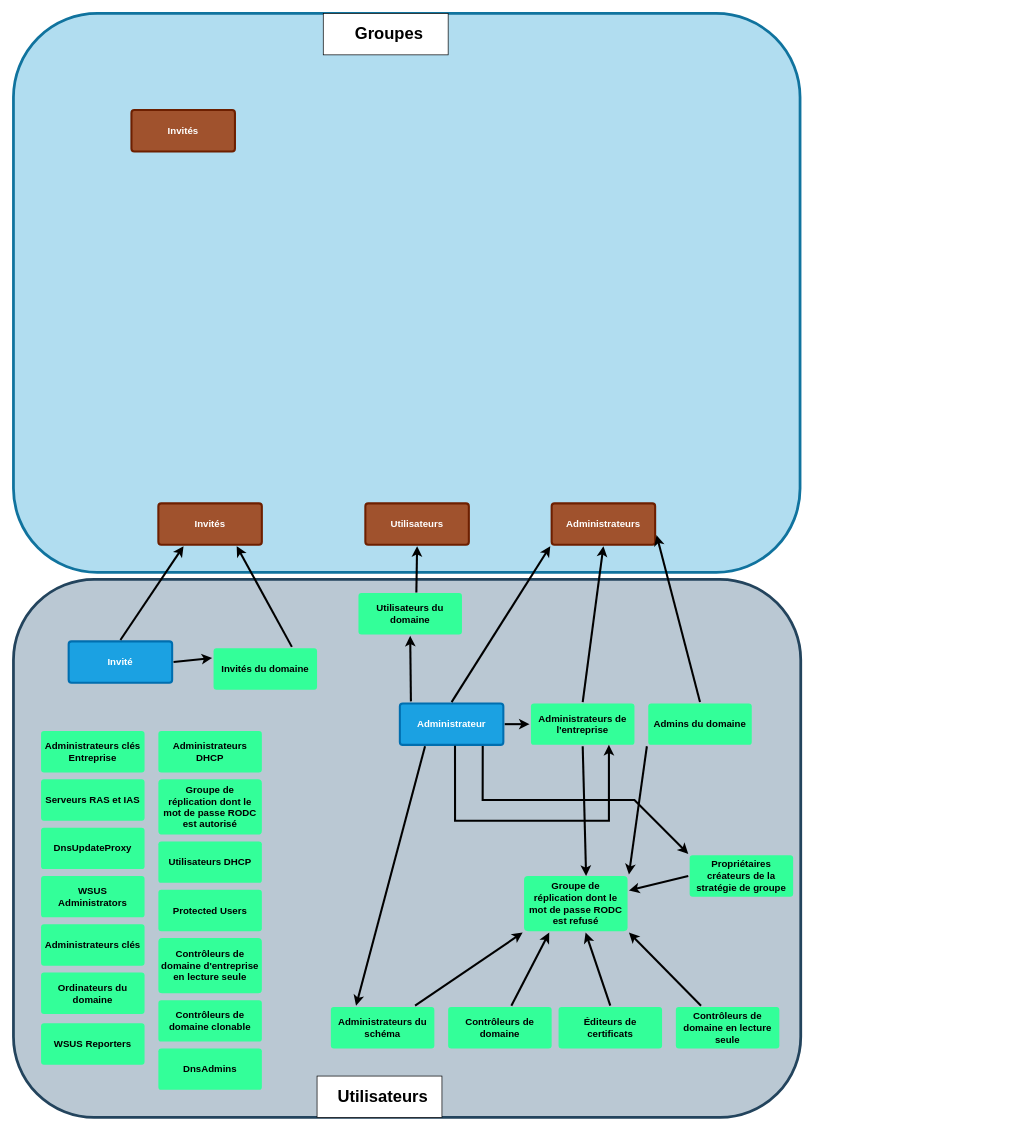
CharifMah/AbstergoAnimus keeps this draw.io diagram as Diagramme sans nom.drawio. Above is the earlier version. Source tidied: cells renumbered, new cells numbered last; positions are measured from the earlier drawing's top-left corner, leaving out a move shared by most shapes. Both pictures are drawn from the tidied source at 69%, with x=0, y=0 at pixel (13, 13).
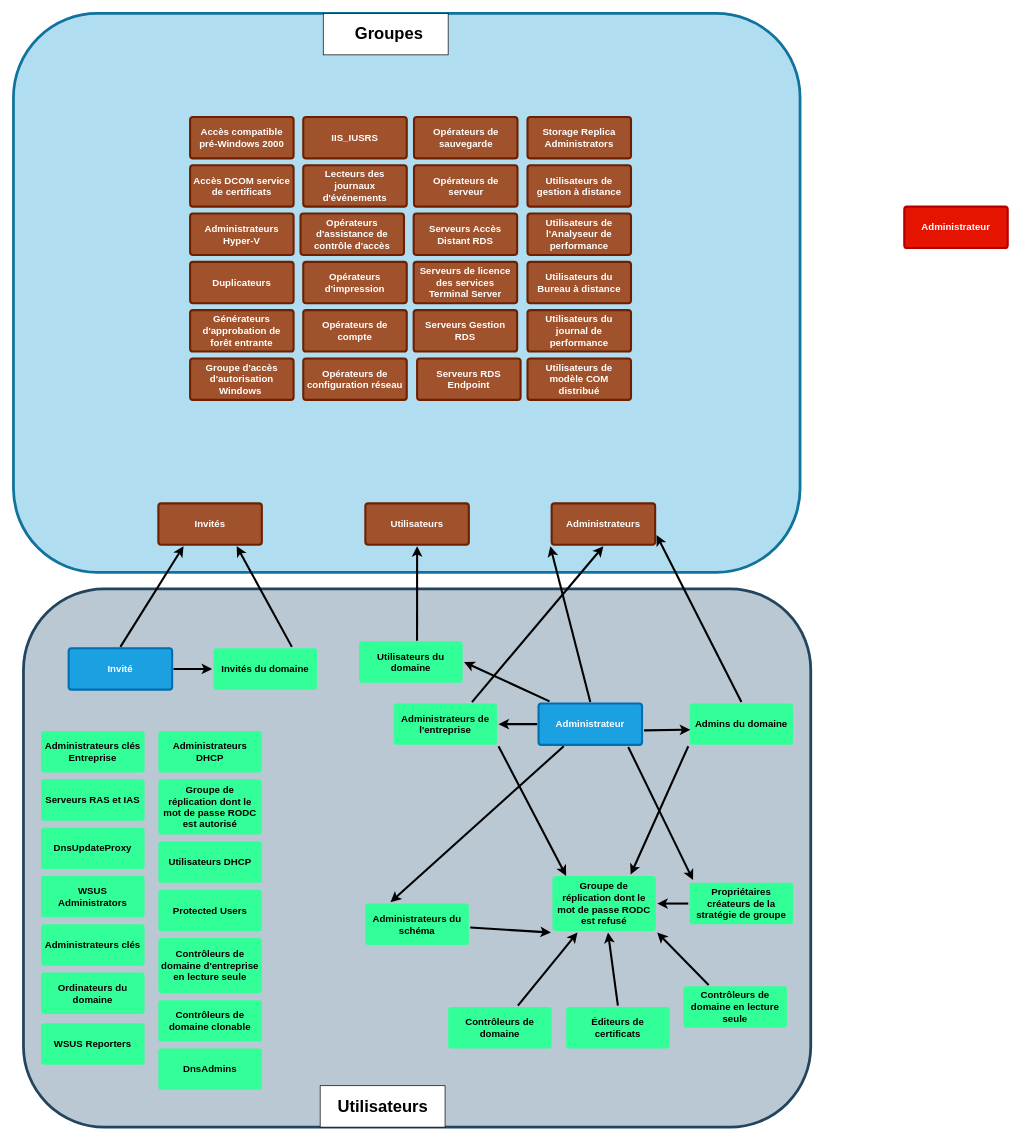
Above is the later version.

Commit message (it also covers changes not shown here):
Mettre à jour Diagramme sans nom.drawio

Unchanged cells that the change refers to:
```xml
<mxCell id="31" value="Administrateurs" style="rounded=1;whiteSpace=wrap;html=1;shadow=0;labelBackgroundColor=none;strokeColor=#6D1F00;strokeWidth=3;fillColor=#a0522d;fontFamily=Helvetica;fontSize=14;align=center;spacing=5;fontStyle=1;arcSize=7;perimeterSpacing=2;fontColor=#ffffff;" parent="1" vertex="1">
  <mxGeometry x="780" y="710" width="150" height="60" as="geometry" />
</mxCell>
<mxCell id="38" value="Invités du domaine" style="rounded=1;whiteSpace=wrap;html=1;shadow=0;labelBackgroundColor=none;strokeColor=none;strokeWidth=3;fillColor=#33FF99;fontFamily=Helvetica;fontSize=14;fontColor=#000000;align=center;spacing=5;fontStyle=1;arcSize=7;perimeterSpacing=2;" parent="1" vertex="1">
  <mxGeometry x="290" y="920" width="150" height="60" as="geometry" />
</mxCell>
```

What changed in the source:
```diff
@@
     <mxCell id="3" style="rounded=1;whiteSpace=wrap;html=1;fillColor=#bac8d3;strokeColor=#23445d;shadow=0;glass=0;strokeWidth=4;" parent="1" vertex="1">
-      <mxGeometry y="820" width="1141" height="780" as="geometry" />
+      <mxGeometry x="14.5" y="834" width="1141" height="780" as="geometry" />
     </mxCell>
     <mxCell id="4" value="Administrateur" style="rounded=1;whiteSpace=wrap;html=1;shadow=0;labelBackgroundColor=none;strokeColor=#006EAF;strokeWidth=3;fillColor=#1ba1e2;fontFamily=Helvetica;fontSize=14;fontColor=#ffffff;align=center;spacing=5;fontStyle=1;arcSize=7;perimeterSpacing=2;" parent="1" vertex="1">
-      <mxGeometry x="560" y="1000" width="150" height="60" as="geometry" />
+      <mxGeometry x="761" y="1000" width="150" height="60" as="geometry" />
     </mxCell>
     <mxCell id="5" value="Invité" style="rounded=1;whiteSpace=wrap;html=1;shadow=0;labelBackgroundColor=none;strokeColor=#006EAF;strokeWidth=3;fillColor=#1ba1e2;fontFamily=Helvetica;fontSize=14;fontColor=#ffffff;align=center;spacing=5;fontStyle=1;arcSize=7;perimeterSpacing=2;" parent="1" vertex="1">
-      <mxGeometry x="80" y="910" width="150" height="60" as="geometry" />
+      <mxGeometry x="80" y="920" width="150" height="60" as="geometry" />
     </mxCell>
@@
     <mxCell id="8" value="Éditeurs de certificats" style="rounded=1;whiteSpace=wrap;html=1;shadow=0;labelBackgroundColor=none;strokeColor=none;strokeWidth=3;fillColor=#33FF99;fontFamily=Helvetica;fontSize=14;fontColor=#000000;align=center;spacing=5;fontStyle=1;arcSize=7;perimeterSpacing=2;" parent="1" vertex="1">
-      <mxGeometry x="790" y="1440" width="150" height="60" as="geometry" />
+      <mxGeometry x="801" y="1440" width="150" height="60" as="geometry" />
     </mxCell>
@@
     <mxCell id="15" value="Admins du domaine" style="rounded=1;whiteSpace=wrap;html=1;shadow=0;labelBackgroundColor=none;strokeColor=none;strokeWidth=3;fillColor=#33FF99;fontFamily=Helvetica;fontSize=14;fontColor=#000000;align=center;spacing=5;fontStyle=1;arcSize=7;perimeterSpacing=2;" parent="1" vertex="1">
-      <mxGeometry x="920" y="1000" width="150" height="60" as="geometry" />
+      <mxGeometry x="980" y="1000" width="150" height="60" as="geometry" />
     </mxCell>
@@
     <mxCell id="19" value="Utilisateurs du domaine" style="rounded=1;whiteSpace=wrap;html=1;shadow=0;labelBackgroundColor=none;strokeColor=none;strokeWidth=3;fillColor=#33FF99;fontFamily=Helvetica;fontSize=14;fontColor=#000000;align=center;spacing=5;fontStyle=1;arcSize=7;perimeterSpacing=2;" parent="1" vertex="1">
-      <mxGeometry x="500" y="840" width="150" height="60" as="geometry" />
+      <mxGeometry x="501" y="910" width="150" height="60" as="geometry" />
     </mxCell>
@@
     <mxCell id="21" value="Administrateurs de l'entreprise" style="rounded=1;whiteSpace=wrap;html=1;shadow=0;labelBackgroundColor=none;strokeColor=none;strokeWidth=3;fillColor=#33FF99;fontFamily=Helvetica;fontSize=14;fontColor=#000000;align=center;spacing=5;fontStyle=1;arcSize=7;perimeterSpacing=2;" parent="1" vertex="1">
-      <mxGeometry x="750" y="1000" width="150" height="60" as="geometry" />
+      <mxGeometry x="551" y="1000" width="150" height="60" as="geometry" />
     </mxCell>
     <mxCell id="22" value="Administrateurs du schéma" style="rounded=1;whiteSpace=wrap;html=1;shadow=0;labelBackgroundColor=none;strokeColor=none;strokeWidth=3;fillColor=#33FF99;fontFamily=Helvetica;fontSize=14;fontColor=#000000;align=center;spacing=5;fontStyle=1;arcSize=7;perimeterSpacing=2;" parent="1" vertex="1">
-      <mxGeometry x="460" y="1440" width="150" height="60" as="geometry" />
+      <mxGeometry x="510" y="1290" width="150" height="60" as="geometry" />
     </mxCell>
@@
-    <mxCell id="33" style="endArrow=classic;html=1;rounded=0;exitX=0;exitY=1;exitDx=0;exitDy=0;fontSize=18;strokeWidth=3;entryX=1;entryY=0;entryDx=0;entryDy=0;" parent="1" edge="1" source="15" target="44">
+    <mxCell id="33" style="endArrow=classic;html=1;rounded=0;exitX=0;exitY=1;exitDx=0;exitDy=0;fontSize=18;strokeWidth=3;entryX=0.75;entryY=0;entryDx=0;entryDy=0;" parent="1" edge="1" source="15" target="44">
       <mxGeometry relative="1" as="geometry" />
     </mxCell>
@@
-    <mxCell id="35" style="endArrow=classic;html=1;rounded=0;fontSize=18;strokeWidth=3;exitX=0.5;exitY=0;exitDx=0;exitDy=0;entryX=0.5;entryY=1;entryDx=0;entryDy=0;" parent="1" edge="1" source="21" target="31">
+    <mxCell id="35" style="endArrow=classic;html=1;rounded=0;fontSize=18;strokeWidth=3;exitX=0.75;exitY=0;exitDx=0;exitDy=0;entryX=0.5;entryY=1;entryDx=0;entryDy=0;" parent="1" edge="1" source="21" target="31">
       <mxGeometry relative="1" as="geometry" />
     </mxCell>
-    <mxCell id="36" style="endArrow=classic;html=1;rounded=0;exitX=0.5;exitY=1;exitDx=0;exitDy=0;fontSize=18;strokeWidth=3;entryX=0.597;entryY=0.024;entryDx=0;entryDy=0;entryPerimeter=0;" parent="1" edge="1" source="21" target="44">
+    <mxCell id="36" style="endArrow=classic;html=1;rounded=0;exitX=1;exitY=1;exitDx=0;exitDy=0;fontSize=18;strokeWidth=3;entryX=0.143;entryY=0.024;entryDx=0;entryDy=0;entryPerimeter=0;" parent="1" edge="1" source="21" target="44">
       <mxGeometry relative="1" as="geometry" />
     </mxCell>
@@
-    <mxCell id="41" style="endArrow=classic;html=1;rounded=0;exitX=1;exitY=0.5;exitDx=0;exitDy=0;fontSize=18;strokeWidth=3;entryX=0;entryY=0.25;entryDx=0;entryDy=0;" parent="1" edge="1" source="5" target="38">
+    <mxCell id="41" style="endArrow=classic;html=1;rounded=0;exitX=1;exitY=0.5;exitDx=0;exitDy=0;fontSize=18;strokeWidth=3;entryX=0;entryY=0.5;entryDx=0;entryDy=0;" parent="1" edge="1" source="5" target="38">
       <mxGeometry relative="1" as="geometry" />
     </mxCell>
@@
     <mxCell id="44" value="Groupe de réplication dont le mot de passe RODC est refusé" style="rounded=1;whiteSpace=wrap;html=1;shadow=0;labelBackgroundColor=none;strokeColor=none;strokeWidth=3;fillColor=#33FF99;fontFamily=Helvetica;fontSize=14;fontColor=#000000;align=center;spacing=5;fontStyle=1;arcSize=7;perimeterSpacing=2;verticalAlign=middle;" parent="1" vertex="1">
-      <mxGeometry x="740" y="1250" width="150" height="80" as="geometry" />
+      <mxGeometry x="781" y="1250" width="150" height="80" as="geometry" />
     </mxCell>
-    <mxCell id="45" style="endArrow=classic;html=1;rounded=0;fontSize=18;strokeWidth=3;entryX=0;entryY=0.5;entryDx=0;entryDy=0;exitX=1;exitY=0.5;exitDx=0;exitDy=0;" parent="1" edge="1" source="4" target="21">
+    <mxCell id="45" style="endArrow=classic;html=1;rounded=0;fontSize=18;strokeWidth=3;entryX=1;entryY=0.5;entryDx=0;entryDy=0;exitX=0;exitY=0.5;exitDx=0;exitDy=0;" parent="1" edge="1" source="4" target="21">
       <mxGeometry relative="1" as="geometry" />
     </mxCell>
@@
-    <mxCell id="47" style="endArrow=classic;html=1;rounded=0;fontSize=18;strokeWidth=3;entryX=0;entryY=0;entryDx=0;entryDy=0;exitX=0.793;exitY=0.996;exitDx=0;exitDy=0;exitPerimeter=0;" parent="1" edge="1" source="4" target="48">
-      <mxGeometry relative="1" as="geometry">
-        <Array as="points">
-          <mxPoint x="680" y="1140" />
-          <mxPoint x="900" y="1140" />
-        </Array>
-      </mxGeometry>
+    <mxCell id="47" style="endArrow=classic;html=1;rounded=0;fontSize=18;strokeWidth=3;entryX=0.045;entryY=-0.031;entryDx=0;entryDy=0;exitX=0.857;exitY=1.016;exitDx=0;exitDy=0;exitPerimeter=0;entryPerimeter=0;" parent="1" edge="1" source="4" target="48">
+      <mxGeometry relative="1" as="geometry" />
     </mxCell>
     <mxCell id="48" value="Propriétaires créateurs de la stratégie de groupe" style="rounded=1;whiteSpace=wrap;html=1;shadow=0;labelBackgroundColor=none;strokeColor=none;strokeWidth=3;fillColor=#33FF99;fontFamily=Helvetica;fontSize=14;fontColor=#000000;align=center;spacing=5;fontStyle=1;arcSize=7;perimeterSpacing=2;" parent="1" vertex="1">
-      <mxGeometry x="980" y="1220" width="150" height="60" as="geometry" />
+      <mxGeometry x="980" y="1260" width="150" height="60" as="geometry" />
     </mxCell>
     <mxCell id="49" value="Contrôleurs de domaine en lecture seule" style="rounded=1;whiteSpace=wrap;html=1;shadow=0;labelBackgroundColor=none;strokeColor=none;strokeWidth=3;fillColor=#33FF99;fontFamily=Helvetica;fontSize=14;fontColor=#000000;align=center;spacing=5;fontStyle=1;arcSize=7;perimeterSpacing=2;" parent="1" vertex="1">
-      <mxGeometry x="960" y="1440" width="150" height="60" as="geometry" />
+      <mxGeometry x="971" y="1410" width="150" height="60" as="geometry" />
     </mxCell>
-    <mxCell id="50" style="endArrow=classic;html=1;rounded=0;fontSize=18;strokeWidth=3;entryX=0.443;entryY=0.998;entryDx=0;entryDy=0;exitX=0.532;exitY=0.99;exitDx=0;exitDy=0;entryPerimeter=0;exitPerimeter=0;" parent="1" edge="1" source="4">
-      <mxGeometry relative="1" as="geometry">
-        <mxPoint x="863" y="1060" as="targetPoint" />
-        <Array as="points">
-          <mxPoint x="640" y="1170" />
-          <mxPoint x="690" y="1170" />
-          <mxPoint x="863" y="1170" />
-        </Array>
-      </mxGeometry>
-    </mxCell>
-    <mxCell id="51" style="endArrow=classic;html=1;rounded=0;fontSize=18;strokeWidth=3;entryX=0.5;entryY=1;entryDx=0;entryDy=0;exitX=0.117;exitY=-0.016;exitDx=0;exitDy=0;exitPerimeter=0;" parent="1" edge="1" source="4" target="19">
+    <mxCell id="51" style="endArrow=classic;html=1;rounded=0;fontSize=18;strokeWidth=3;entryX=1;entryY=0.5;entryDx=0;entryDy=0;exitX=0.117;exitY=-0.016;exitDx=0;exitDy=0;exitPerimeter=0;" parent="1" edge="1" source="4" target="19">
       <mxGeometry relative="1" as="geometry" />
     </mxCell>
     <mxCell id="52" style="rounded=0;whiteSpace=wrap;html=1;" parent="1" vertex="1">
-      <mxGeometry x="440" y="1540" width="181" height="60" as="geometry" />
+      <mxGeometry x="444.5" y="1554" width="181" height="60" as="geometry" />
     </mxCell>
     <mxCell id="53" value="Utilisateurs" style="text;strokeColor=none;fillColor=none;html=1;fontSize=24;fontStyle=1;verticalAlign=middle;align=center;" parent="1" vertex="1">
-      <mxGeometry x="485" y="1550" width="100" height="40" as="geometry" />
+      <mxGeometry x="485" y="1564" width="100" height="40" as="geometry" />
     </mxCell>
@@
-    <mxCell id="56" value="Invités" style="rounded=1;whiteSpace=wrap;html=1;shadow=0;labelBackgroundColor=none;strokeColor=#6D1F00;strokeWidth=3;fillColor=#a0522d;fontFamily=Helvetica;fontSize=14;align=center;spacing=5;fontStyle=1;arcSize=7;perimeterSpacing=2;fontColor=#ffffff;" parent="1" vertex="1">
-      <mxGeometry x="171" y="140" width="150" height="60" as="geometry" />
+    <mxCell id="56" value="Accès compatible pré-Windows 2000" style="rounded=1;whiteSpace=wrap;html=1;shadow=0;labelBackgroundColor=none;strokeColor=#6D1F00;strokeWidth=3;fillColor=#a0522d;fontFamily=Helvetica;fontSize=14;align=center;spacing=5;fontStyle=1;arcSize=7;perimeterSpacing=2;fontColor=#ffffff;" parent="1" vertex="1">
+      <mxGeometry x="256" y="150" width="150" height="60" as="geometry" />
     </mxCell>
+    <mxCell id="57" value="Accès DCOM service de certificats" style="rounded=1;whiteSpace=wrap;html=1;shadow=0;labelBackgroundColor=none;strokeColor=#6D1F00;strokeWidth=3;fillColor=#a0522d;fontFamily=Helvetica;fontSize=14;align=center;spacing=5;fontStyle=1;arcSize=7;perimeterSpacing=2;fontColor=#ffffff;" parent="1" vertex="1">
+      <mxGeometry x="256" y="220" width="150" height="60" as="geometry" />
+    </mxCell>
+    <mxCell id="58" value="Administrateurs Hyper-V" style="rounded=1;whiteSpace=wrap;html=1;shadow=0;labelBackgroundColor=none;strokeColor=#6D1F00;strokeWidth=3;fillColor=#a0522d;fontFamily=Helvetica;fontSize=14;align=center;spacing=5;fontStyle=1;arcSize=7;perimeterSpacing=2;fontColor=#ffffff;" parent="1" vertex="1">
+      <mxGeometry x="256" y="290" width="150" height="60" as="geometry" />
+    </mxCell>
+    <mxCell id="59" value="Duplicateurs" style="rounded=1;whiteSpace=wrap;html=1;shadow=0;labelBackgroundColor=none;strokeColor=#6D1F00;strokeWidth=3;fillColor=#a0522d;fontFamily=Helvetica;fontSize=14;align=center;spacing=5;fontStyle=1;arcSize=7;perimeterSpacing=2;fontColor=#ffffff;" parent="1" vertex="1">
+      <mxGeometry x="256" y="360" width="150" height="60" as="geometry" />
+    </mxCell>
+    <mxCell id="60" value="Générateurs d'approbation de forêt entrante" style="rounded=1;whiteSpace=wrap;html=1;shadow=0;labelBackgroundColor=none;strokeColor=#6D1F00;strokeWidth=3;fillColor=#a0522d;fontFamily=Helvetica;fontSize=14;align=center;spacing=5;fontStyle=1;arcSize=7;perimeterSpacing=2;fontColor=#ffffff;" parent="1" vertex="1">
+      <mxGeometry x="256" y="430" width="150" height="60" as="geometry" />
+    </mxCell>
+    <mxCell id="61" value="Groupe d'accès d'autorisation Windows&amp;nbsp;" style="rounded=1;whiteSpace=wrap;html=1;shadow=0;labelBackgroundColor=none;strokeColor=#6D1F00;strokeWidth=3;fillColor=#a0522d;fontFamily=Helvetica;fontSize=14;align=center;spacing=5;fontStyle=1;arcSize=7;perimeterSpacing=2;fontColor=#ffffff;" parent="1" vertex="1">
+      <mxGeometry x="256" y="500" width="150" height="60" as="geometry" />
+    </mxCell>
+    <mxCell id="62" value="IIS_IUSRS" style="rounded=1;whiteSpace=wrap;html=1;shadow=0;labelBackgroundColor=none;strokeColor=#6D1F00;strokeWidth=3;fillColor=#a0522d;fontFamily=Helvetica;fontSize=14;align=center;spacing=5;fontStyle=1;arcSize=7;perimeterSpacing=2;fontColor=#ffffff;" parent="1" vertex="1">
+      <mxGeometry x="420" y="150" width="150" height="60" as="geometry" />
+    </mxCell>
+    <mxCell id="63" value="Lecteurs des journaux d'événements" style="rounded=1;whiteSpace=wrap;html=1;shadow=0;labelBackgroundColor=none;strokeColor=#6D1F00;strokeWidth=3;fillColor=#a0522d;fontFamily=Helvetica;fontSize=14;align=center;spacing=5;fontStyle=1;arcSize=7;perimeterSpacing=2;fontColor=#ffffff;" parent="1" vertex="1">
+      <mxGeometry x="420" y="220" width="150" height="60" as="geometry" />
+    </mxCell>
+    <mxCell id="64" value="Opérateurs d'assistance de contrôle d'accès" style="rounded=1;whiteSpace=wrap;html=1;shadow=0;labelBackgroundColor=none;strokeColor=#6D1F00;strokeWidth=3;fillColor=#a0522d;fontFamily=Helvetica;fontSize=14;align=center;spacing=5;fontStyle=1;arcSize=7;perimeterSpacing=2;fontColor=#ffffff;" parent="1" vertex="1">
+      <mxGeometry x="416" y="290" width="150" height="60" as="geometry" />
+    </mxCell>
+    <mxCell id="65" value="Opérateurs d'impression" style="rounded=1;whiteSpace=wrap;html=1;shadow=0;labelBackgroundColor=none;strokeColor=#6D1F00;strokeWidth=3;fillColor=#a0522d;fontFamily=Helvetica;fontSize=14;align=center;spacing=5;fontStyle=1;arcSize=7;perimeterSpacing=2;fontColor=#ffffff;" parent="1" vertex="1">
+      <mxGeometry x="420" y="360" width="150" height="60" as="geometry" />
+    </mxCell>
+    <mxCell id="66" value="Opérateurs de compte" style="rounded=1;whiteSpace=wrap;html=1;shadow=0;labelBackgroundColor=none;strokeColor=#6D1F00;strokeWidth=3;fillColor=#a0522d;fontFamily=Helvetica;fontSize=14;align=center;spacing=5;fontStyle=1;arcSize=7;perimeterSpacing=2;fontColor=#ffffff;" parent="1" vertex="1">
+      <mxGeometry x="420" y="430" width="150" height="60" as="geometry" />
+    </mxCell>
+    <mxCell id="67" value="Opérateurs de configuration réseau" style="rounded=1;whiteSpace=wrap;html=1;shadow=0;labelBackgroundColor=none;strokeColor=#6D1F00;strokeWidth=3;fillColor=#a0522d;fontFamily=Helvetica;fontSize=14;align=center;spacing=5;fontStyle=1;arcSize=7;perimeterSpacing=2;fontColor=#ffffff;" parent="1" vertex="1">
+      <mxGeometry x="420" y="500" width="150" height="60" as="geometry" />
+    </mxCell>
+    <mxCell id="68" value="Opérateurs de sauvegarde" style="rounded=1;whiteSpace=wrap;html=1;shadow=0;labelBackgroundColor=none;strokeColor=#6D1F00;strokeWidth=3;fillColor=#a0522d;fontFamily=Helvetica;fontSize=14;align=center;spacing=5;fontStyle=1;arcSize=7;perimeterSpacing=2;fontColor=#ffffff;" parent="1" vertex="1">
+      <mxGeometry x="580.5" y="150" width="150" height="60" as="geometry" />
+    </mxCell>
+    <mxCell id="69" value="Opérateurs de serveur" style="rounded=1;whiteSpace=wrap;html=1;shadow=0;labelBackgroundColor=none;strokeColor=#6D1F00;strokeWidth=3;fillColor=#a0522d;fontFamily=Helvetica;fontSize=14;align=center;spacing=5;fontStyle=1;arcSize=7;perimeterSpacing=2;fontColor=#ffffff;" parent="1" vertex="1">
+      <mxGeometry x="580.5" y="220" width="150" height="60" as="geometry" />
+    </mxCell>
+    <mxCell id="70" value="Serveurs Accès Distant RDS" style="rounded=1;whiteSpace=wrap;html=1;shadow=0;labelBackgroundColor=none;strokeColor=#6D1F00;strokeWidth=3;fillColor=#a0522d;fontFamily=Helvetica;fontSize=14;align=center;spacing=5;fontStyle=1;arcSize=7;perimeterSpacing=2;fontColor=#ffffff;" parent="1" vertex="1">
+      <mxGeometry x="580" y="290" width="150" height="60" as="geometry" />
+    </mxCell>
+    <mxCell id="71" value="Serveurs de licence des services Terminal Server" style="rounded=1;whiteSpace=wrap;html=1;shadow=0;labelBackgroundColor=none;strokeColor=#6D1F00;strokeWidth=3;fillColor=#a0522d;fontFamily=Helvetica;fontSize=14;align=center;spacing=5;fontStyle=1;arcSize=7;perimeterSpacing=2;fontColor=#ffffff;" parent="1" vertex="1">
+      <mxGeometry x="580" y="360" width="150" height="60" as="geometry" />
+    </mxCell>
+    <mxCell id="72" value="Serveurs Gestion RDS" style="rounded=1;whiteSpace=wrap;html=1;shadow=0;labelBackgroundColor=none;strokeColor=#6D1F00;strokeWidth=3;fillColor=#a0522d;fontFamily=Helvetica;fontSize=14;align=center;spacing=5;fontStyle=1;arcSize=7;perimeterSpacing=2;fontColor=#ffffff;" parent="1" vertex="1">
+      <mxGeometry x="580" y="430" width="150" height="60" as="geometry" />
+    </mxCell>
+    <mxCell id="73" value="Serveurs RDS Endpoint" style="rounded=1;whiteSpace=wrap;html=1;shadow=0;labelBackgroundColor=none;strokeColor=#6D1F00;strokeWidth=3;fillColor=#a0522d;fontFamily=Helvetica;fontSize=14;align=center;spacing=5;fontStyle=1;arcSize=7;perimeterSpacing=2;fontColor=#ffffff;" parent="1" vertex="1">
+      <mxGeometry x="585" y="500" width="150" height="60" as="geometry" />
+    </mxCell>
+    <mxCell id="74" value="Storage Replica Administrators" style="rounded=1;whiteSpace=wrap;html=1;shadow=0;labelBackgroundColor=none;strokeColor=#6D1F00;strokeWidth=3;fillColor=#a0522d;fontFamily=Helvetica;fontSize=14;align=center;spacing=5;fontStyle=1;arcSize=7;perimeterSpacing=2;fontColor=#ffffff;" parent="1" vertex="1">
+      <mxGeometry x="745" y="150" width="150" height="60" as="geometry" />
+    </mxCell>
+    <mxCell id="75" value="Utilisateurs de gestion à distance" style="rounded=1;whiteSpace=wrap;html=1;shadow=0;labelBackgroundColor=none;strokeColor=#6D1F00;strokeWidth=3;fillColor=#a0522d;fontFamily=Helvetica;fontSize=14;align=center;spacing=5;fontStyle=1;arcSize=7;perimeterSpacing=2;fontColor=#ffffff;" parent="1" vertex="1">
+      <mxGeometry x="745" y="220" width="150" height="60" as="geometry" />
+    </mxCell>
+    <mxCell id="76" value="Utilisateurs de l'Analyseur de performance" style="rounded=1;whiteSpace=wrap;html=1;shadow=0;labelBackgroundColor=none;strokeColor=#6D1F00;strokeWidth=3;fillColor=#a0522d;fontFamily=Helvetica;fontSize=14;align=center;spacing=5;fontStyle=1;arcSize=7;perimeterSpacing=2;fontColor=#ffffff;" parent="1" vertex="1">
+      <mxGeometry x="745" y="290" width="150" height="60" as="geometry" />
+    </mxCell>
+    <mxCell id="77" value="Utilisateurs du Bureau à distance" style="rounded=1;whiteSpace=wrap;html=1;shadow=0;labelBackgroundColor=none;strokeColor=#6D1F00;strokeWidth=3;fillColor=#a0522d;fontFamily=Helvetica;fontSize=14;align=center;spacing=5;fontStyle=1;arcSize=7;perimeterSpacing=2;fontColor=#ffffff;" parent="1" vertex="1">
+      <mxGeometry x="745" y="360" width="150" height="60" as="geometry" />
+    </mxCell>
+    <mxCell id="78" value="Utilisateurs du journal de performance" style="rounded=1;whiteSpace=wrap;html=1;shadow=0;labelBackgroundColor=none;strokeColor=#6D1F00;strokeWidth=3;fillColor=#a0522d;fontFamily=Helvetica;fontSize=14;align=center;spacing=5;fontStyle=1;arcSize=7;perimeterSpacing=2;fontColor=#ffffff;" parent="1" vertex="1">
+      <mxGeometry x="745" y="430" width="150" height="60" as="geometry" />
+    </mxCell>
+    <mxCell id="79" value="Utilisateurs de modèle COM distribué" style="rounded=1;whiteSpace=wrap;html=1;shadow=0;labelBackgroundColor=none;strokeColor=#6D1F00;strokeWidth=3;fillColor=#a0522d;fontFamily=Helvetica;fontSize=14;align=center;spacing=5;fontStyle=1;arcSize=7;perimeterSpacing=2;fontColor=#ffffff;" parent="1" vertex="1">
+      <mxGeometry x="745" y="500" width="150" height="60" as="geometry" />
+    </mxCell>
+    <mxCell id="80" value="Administrateur" style="rounded=1;whiteSpace=wrap;html=1;shadow=0;labelBackgroundColor=none;strokeColor=#B20000;strokeWidth=3;fillColor=#e51400;fontFamily=Helvetica;fontSize=14;fontColor=#ffffff;align=center;spacing=5;fontStyle=1;arcSize=7;perimeterSpacing=2;" parent="1" vertex="1">
+      <mxGeometry x="1291" y="280" width="150" height="60" as="geometry" />
+    </mxCell>
+    <mxCell id="81" style="endArrow=classic;html=1;rounded=0;fontSize=18;strokeWidth=3;entryX=0.019;entryY=0.625;entryDx=0;entryDy=0;exitX=1.006;exitY=0.641;exitDx=0;exitDy=0;entryPerimeter=0;exitPerimeter=0;" parent="1" edge="1" source="4" target="15">
+      <mxGeometry relative="1" as="geometry" />
+    </mxCell>
```
